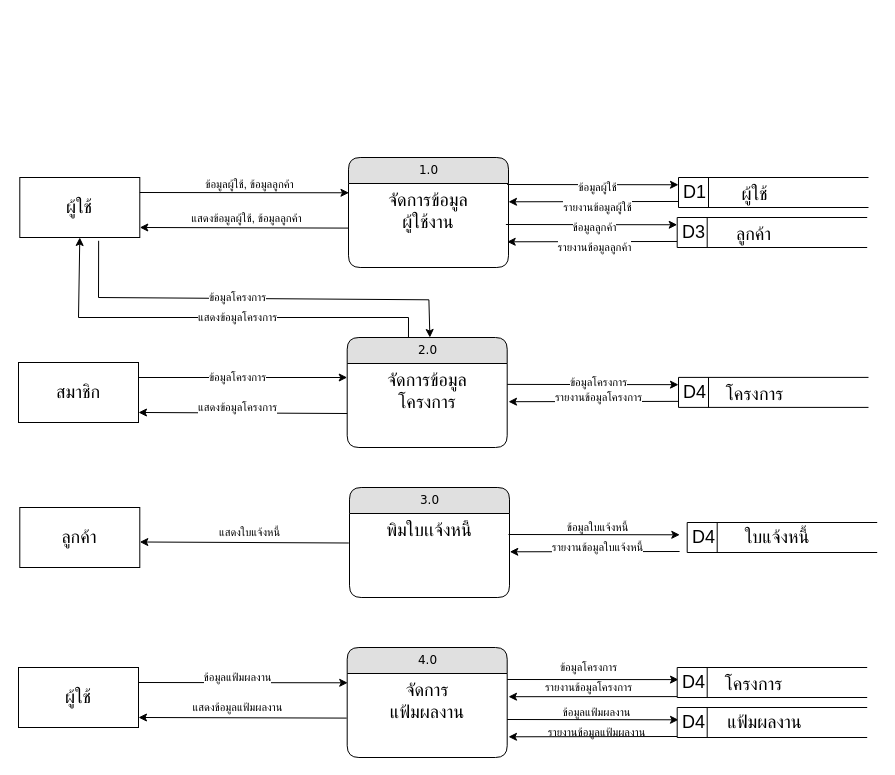
Before: dataflow-pms-process1.drawio in NewSnooker/it-udvc-pms, a draw.io diagram. Source tidied: cells renumbered, new cells numbered last; positions are measured from the earlier drawing's top-left corner, leaving out a move shared by most shapes. Both pictures are drawn from the tidied source at 100%, with x=0, y=0 at pixel (18, 157).
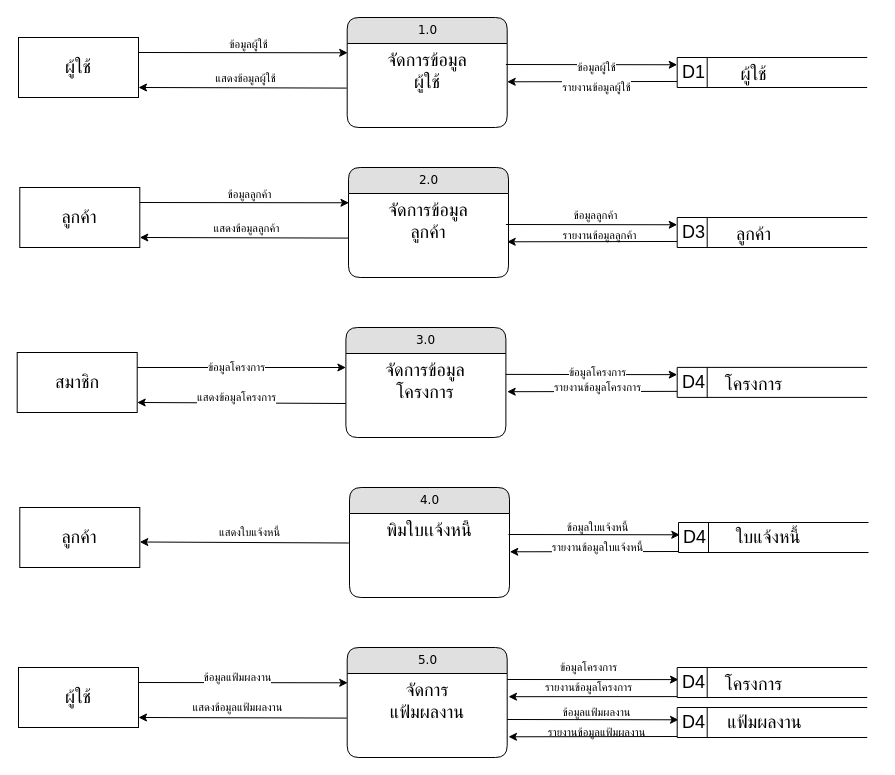
Above is the later version.

Unchanged cells that the change refers to:
```xml
<mxCell id="7" style="endArrow=classic;html=1;rounded=0;exitX=1;exitY=0.25;exitDx=0;exitDy=0;entryX=0.003;entryY=0.172;entryDx=0;entryDy=0;entryPerimeter=0;" parent="1" edge="1" source="4" target="3">
  <mxGeometry relative="1" as="geometry" />
</mxCell>
<mxCell id="9" style="endArrow=classic;html=1;rounded=0;exitX=-0.003;exitY=0.826;exitDx=0;exitDy=0;entryX=1;entryY=0.833;entryDx=0;entryDy=0;entryPerimeter=0;exitPerimeter=0;" parent="1" edge="1" source="3" target="4">
  <mxGeometry relative="1" as="geometry" />
</mxCell>
<mxCell id="12" value="&lt;font style=&quot;font-size: 18px;&quot;&gt;D1&lt;/font&gt;" style="html=1;dashed=0;whiteSpace=wrap;shape=mxgraph.dfd.dataStoreID;align=left;spacingLeft=3;points=[[0,0],[0.5,0],[1,0],[0,0.5],[1,0.5],[0,1],[0.5,1],[1,1]];" parent="11" vertex="1">
  <mxGeometry width="190" height="30" as="geometry" />
</mxCell>
<mxCell id="25" value="&lt;font style=&quot;font-size: 18px;&quot;&gt;D4&lt;/font&gt;" style="html=1;dashed=0;whiteSpace=wrap;shape=mxgraph.dfd.dataStoreID;align=left;spacingLeft=3;points=[[0,0],[0.5,0],[1,0],[0,0.5],[1,0.5],[0,1],[0.5,1],[1,1]];" parent="24" vertex="1">
  <mxGeometry width="190" height="30" as="geometry" />
</mxCell>
<mxCell id="42" style="endArrow=classic;html=1;rounded=0;exitX=-0.003;exitY=0.826;exitDx=0;exitDy=0;entryX=1;entryY=0.833;entryDx=0;entryDy=0;entryPerimeter=0;exitPerimeter=0;" parent="1" edge="1">
  <mxGeometry relative="1" as="geometry">
    <mxPoint x="330.3" y="385.5" as="sourcePoint" />
    <mxPoint x="121.3" y="384.5" as="targetPoint" />
  </mxGeometry>
</mxCell>
```

Change to the diagram source:
```diff
@@
     <mxCell id="2" value="1.0" style="swimlane;html=1;fontStyle=0;horizontal=1;startSize=26;fillColor=#e0e0e0;swimlaneFillColor=#ffffff;align=center;rounded=1;shadow=0;comic=0;labelBackgroundColor=none;strokeWidth=1;fontFamily=Verdana;fontSize=12;" parent="1" vertex="1">
-      <mxGeometry x="330" width="160" height="110" as="geometry" />
+      <mxGeometry x="328.7" y="-140" width="160" height="110" as="geometry" />
     </mxCell>
-    <mxCell id="3" value="&lt;span style=&quot;font-size: 18px;&quot;&gt;จัดการข้อมูล&lt;br&gt;ผู้ใช้งาน&lt;/span&gt;" style="text;html=1;strokeColor=none;fillColor=none;spacingLeft=4;spacingRight=4;whiteSpace=wrap;overflow=hidden;points=[[0,0.5],[1,0.5]];portConstraint=eastwest;align=center;" parent="2" vertex="1">
+    <mxCell id="3" value="&lt;span style=&quot;font-size: 18px;&quot;&gt;จัดการข้อมูล&lt;br&gt;ผู้ใช้&lt;/span&gt;" style="text;html=1;strokeColor=none;fillColor=none;spacingLeft=4;spacingRight=4;whiteSpace=wrap;overflow=hidden;points=[[0,0.5],[1,0.5]];portConstraint=eastwest;align=center;" parent="2" vertex="1">
       <mxGeometry y="26" width="160" height="54" as="geometry" />
     </mxCell>
     <mxCell id="4" value="&lt;span style=&quot;font-size: 18px; text-wrap-mode: nowrap;&quot;&gt;ผู้ใช้&lt;/span&gt;" style="rounded=0;whiteSpace=wrap;html=1;" parent="1" vertex="1">
-      <mxGeometry x="1.3" y="20" width="120" height="60" as="geometry" />
+      <mxGeometry y="-120" width="120" height="60" as="geometry" />
     </mxCell>
-    <mxCell id="5" value="2.0" style="swimlane;html=1;fontStyle=0;horizontal=1;startSize=26;fillColor=#e0e0e0;swimlaneFillColor=#ffffff;align=center;rounded=1;shadow=0;comic=0;labelBackgroundColor=none;strokeWidth=1;fontFamily=Verdana;fontSize=12;" parent="1" vertex="1">
-      <mxGeometry x="328.7" y="180" width="160" height="110" as="geometry" />
+    <mxCell id="5" value="3.0" style="swimlane;html=1;fontStyle=0;horizontal=1;startSize=26;fillColor=#e0e0e0;swimlaneFillColor=#ffffff;align=center;rounded=1;shadow=0;comic=0;labelBackgroundColor=none;strokeWidth=1;fontFamily=Verdana;fontSize=12;" parent="1" vertex="1">
+      <mxGeometry x="327.4" y="170" width="160" height="110" as="geometry" />
     </mxCell>
@@
-    <mxCell id="8" value="ข้อมูลผู้ใช้, ข้อมูลลูกค้า" style="edgeLabel;html=1;align=center;verticalAlign=middle;rotation=0;" parent="7" vertex="1">
+    <mxCell id="8" value="ข้อมูลผู้ใช้" style="edgeLabel;html=1;align=center;verticalAlign=middle;rotation=0;" parent="7" vertex="1">
       <mxGeometry x="-0.06" y="2" relative="1" as="geometry">
         <mxPoint x="11" y="-7" as="offset" />
       </mxGeometry>
     </mxCell>
@@
-    <mxCell id="10" value="แสดงข้อมูลผู้ใช้, ข้อมูลลูกค้า" style="edgeLabel;html=1;align=center;verticalAlign=middle;" parent="9" vertex="1">
+    <mxCell id="10" value="แสดงข้อมูลผู้ใช้" style="edgeLabel;html=1;align=center;verticalAlign=middle;" parent="9" vertex="1">
       <mxGeometry x="0.07" y="-2" relative="1" as="geometry">
         <mxPoint x="9" y="-8" as="offset" />
       </mxGeometry>
     </mxCell>
     <mxCell id="11" style="group;" parent="1" vertex="1">
-      <mxGeometry x="660" y="20" width="190" height="30" as="geometry" />
+      <mxGeometry x="658.7" y="-100" width="190" height="30" as="geometry" />
     </mxCell>
@@
     <mxCell id="14" style="endArrow=classic;html=1;rounded=0;exitX=0.992;exitY=0.389;exitDx=0;exitDy=0;exitPerimeter=0;entryX=0;entryY=0.242;entryDx=0;entryDy=0;entryPerimeter=0;" parent="1" edge="1" target="12">
       <mxGeometry relative="1" as="geometry">
-        <mxPoint x="488.7" y="27" as="sourcePoint" />
+        <mxPoint x="487.4" y="-93" as="sourcePoint" />
       </mxGeometry>
     </mxCell>
     <mxCell id="15" style="endArrow=classic;html=1;rounded=0;exitX=-0.001;exitY=0.799;exitDx=0;exitDy=0;exitPerimeter=0;entryX=1;entryY=0.709;entryDx=0;entryDy=0;entryPerimeter=0;" parent="1" edge="1" source="12">
       <mxGeometry relative="1" as="geometry">
-        <mxPoint x="490" y="44.3" as="targetPoint" />
+        <mxPoint x="488.7" y="-75.7" as="targetPoint" />
       </mxGeometry>
     </mxCell>
-    <mxCell id="16" style="group;" parent="1" vertex="1">
-      <mxGeometry x="658.7" y="60" width="190" height="30" as="geometry" />
-    </mxCell>
-    <mxCell id="17" value="&lt;font style=&quot;font-size: 18px;&quot;&gt;D3&lt;/font&gt;" style="html=1;dashed=0;whiteSpace=wrap;shape=mxgraph.dfd.dataStoreID;align=left;spacingLeft=3;points=[[0,0],[0.5,0],[1,0],[0,0.5],[1,0.5],[0,1],[0.5,1],[1,1]];" parent="16" vertex="1">
-      <mxGeometry width="190" height="30" as="geometry" />
-    </mxCell>
-    <mxCell id="18" value="&lt;span style=&quot;font-size: 18px; font-weight: 400; text-wrap-mode: wrap;&quot;&gt;ลูกค้า&lt;/span&gt;" style="text;strokeColor=none;fillColor=none;html=1;fontSize=24;fontStyle=1;verticalAlign=middle;align=center;" parent="16" vertex="1">
-      <mxGeometry x="28.5" width="95" height="30" as="geometry" />
-    </mxCell>
-    <mxCell id="19" style="endArrow=classic;html=1;rounded=0;exitX=0.992;exitY=0.389;exitDx=0;exitDy=0;exitPerimeter=0;entryX=0;entryY=0.242;entryDx=0;entryDy=0;entryPerimeter=0;" parent="1" edge="1" target="17">
-      <mxGeometry relative="1" as="geometry">
-        <mxPoint x="487.4" y="67" as="sourcePoint" />
-      </mxGeometry>
-    </mxCell>
-    <mxCell id="20" style="endArrow=classic;html=1;rounded=0;exitX=-0.001;exitY=0.799;exitDx=0;exitDy=0;exitPerimeter=0;entryX=1;entryY=0.709;entryDx=0;entryDy=0;entryPerimeter=0;" parent="1" edge="1" source="17">
-      <mxGeometry relative="1" as="geometry">
-        <mxPoint x="488.7" y="84.3" as="targetPoint" />
-      </mxGeometry>
-    </mxCell>
     <mxCell id="21" value="&lt;span style=&quot;font-size: 18px;&quot;&gt;สมาชิก&lt;/span&gt;" style="rounded=0;whiteSpace=wrap;html=1;" parent="1" vertex="1">
-      <mxGeometry y="205" width="120" height="60" as="geometry" />
+      <mxGeometry x="-1.3" y="195" width="120" height="60" as="geometry" />
     </mxCell>
     <mxCell id="22" style="endArrow=classic;html=1;rounded=0;exitX=1;exitY=0.25;exitDx=0;exitDy=0;entryX=0.003;entryY=0.172;entryDx=0;entryDy=0;entryPerimeter=0;" parent="1" edge="1" source="21">
       <mxGeometry relative="1" as="geometry">
-        <mxPoint x="328.7" y="220" as="targetPoint" />
+        <mxPoint x="327.4" y="210" as="targetPoint" />
       </mxGeometry>
     </mxCell>
     <mxCell id="23" style="endArrow=classic;html=1;rounded=0;exitX=-0.003;exitY=0.826;exitDx=0;exitDy=0;entryX=1;entryY=0.833;entryDx=0;entryDy=0;entryPerimeter=0;exitPerimeter=0;" parent="1" edge="1" target="21">
       <mxGeometry relative="1" as="geometry">
-        <mxPoint x="328.7" y="256" as="sourcePoint" />
+        <mxPoint x="327.4" y="246" as="sourcePoint" />
       </mxGeometry>
     </mxCell>
     <mxCell id="24" style="group;" parent="1" vertex="1">
-      <mxGeometry x="660" y="219.9" width="190" height="30" as="geometry" />
+      <mxGeometry x="658.7" y="209.9" width="190" height="30" as="geometry" />
     </mxCell>
@@
     <mxCell id="27" style="endArrow=classic;html=1;rounded=0;exitX=0.992;exitY=0.389;exitDx=0;exitDy=0;exitPerimeter=0;entryX=0;entryY=0.242;entryDx=0;entryDy=0;entryPerimeter=0;" parent="1" edge="1" target="25">
       <mxGeometry relative="1" as="geometry">
-        <mxPoint x="488.7" y="226.9" as="sourcePoint" />
+        <mxPoint x="487.4" y="216.9" as="sourcePoint" />
       </mxGeometry>
     </mxCell>
     <mxCell id="28" style="endArrow=classic;html=1;rounded=0;exitX=-0.001;exitY=0.799;exitDx=0;exitDy=0;exitPerimeter=0;entryX=1;entryY=0.709;entryDx=0;entryDy=0;entryPerimeter=0;" parent="1" edge="1" source="25">
       <mxGeometry relative="1" as="geometry">
-        <mxPoint x="490" y="244.2" as="targetPoint" />
+        <mxPoint x="488.7" y="234.2" as="targetPoint" />
       </mxGeometry>
     </mxCell>
-    <mxCell id="29" value="3.0" style="swimlane;html=1;fontStyle=0;horizontal=1;startSize=26;fillColor=#e0e0e0;swimlaneFillColor=#ffffff;align=center;rounded=1;shadow=0;comic=0;labelBackgroundColor=none;strokeWidth=1;fontFamily=Verdana;fontSize=12;" parent="1" vertex="1">
+    <mxCell id="29" value="4.0" style="swimlane;html=1;fontStyle=0;horizontal=1;startSize=26;fillColor=#e0e0e0;swimlaneFillColor=#ffffff;align=center;rounded=1;shadow=0;comic=0;labelBackgroundColor=none;strokeWidth=1;fontFamily=Verdana;fontSize=12;" parent="1" vertex="1">
       <mxGeometry x="331" y="330" width="160" height="110" as="geometry" />
     </mxCell>
@@
-    <mxCell id="34" value="4.0" style="swimlane;html=1;fontStyle=0;horizontal=1;startSize=26;fillColor=#e0e0e0;swimlaneFillColor=#ffffff;align=center;rounded=1;shadow=0;comic=0;labelBackgroundColor=none;strokeWidth=1;fontFamily=Verdana;fontSize=12;" parent="1" vertex="1">
+    <mxCell id="34" value="5.0" style="swimlane;html=1;fontStyle=0;horizontal=1;startSize=26;fillColor=#e0e0e0;swimlaneFillColor=#ffffff;align=center;rounded=1;shadow=0;comic=0;labelBackgroundColor=none;strokeWidth=1;fontFamily=Verdana;fontSize=12;" parent="1" vertex="1">
       <mxGeometry x="328.7" y="490" width="160" height="110" as="geometry" />
     </mxCell>
@@
-    <mxCell id="39" style="endArrow=classic;html=1;rounded=0;exitX=0.383;exitY=0;exitDx=0;exitDy=0;entryX=0.5;entryY=1;entryDx=0;entryDy=0;exitPerimeter=0;" parent="1" edge="1" source="5" target="4">
-      <mxGeometry relative="1" as="geometry">
-        <Array as="points">
-          <mxPoint x="390" y="160" />
-          <mxPoint x="60" y="160" />
-        </Array>
-      </mxGeometry>
-    </mxCell>
-    <mxCell id="40" style="endArrow=classic;html=1;rounded=0;entryX=0.452;entryY=-0.021;entryDx=0;entryDy=0;entryPerimeter=0;exitX=0.657;exitY=1.055;exitDx=0;exitDy=0;exitPerimeter=0;" parent="1" edge="1" source="4">
-      <mxGeometry relative="1" as="geometry">
-        <mxPoint x="411.4" y="180" as="targetPoint" />
-        <Array as="points">
-          <mxPoint x="80" y="140" />
-          <mxPoint x="410.4" y="142.3" />
-        </Array>
-      </mxGeometry>
-    </mxCell>
-    <mxCell id="41" value="&lt;div&gt;&lt;span style=&quot;text-wrap-mode: wrap; background-color: rgb(251, 251, 251);&quot;&gt;&lt;font style=&quot;font-size: 10px;&quot;&gt;&lt;br&gt;&lt;/font&gt;&lt;/span&gt;&lt;/div&gt;" style="edgeLabel;html=1;align=center;verticalAlign=middle;" parent="40" vertex="1">
-      <mxGeometry x="0.07" y="-2" relative="1" as="geometry">
-        <mxPoint x="86" y="-8" as="offset" />
-      </mxGeometry>
-    </mxCell>
@@
     <mxCell id="46" value="ข้อมูลผู้ใช้" style="edgeLabel;html=1;align=center;verticalAlign=middle;" parent="42" vertex="1">
       <mxGeometry x="0.07" y="-2" relative="1" as="geometry">
-        <mxPoint x="360" y="-353" as="offset" />
+        <mxPoint x="359" y="-473" as="offset" />
       </mxGeometry>
     </mxCell>
     <mxCell id="47" value="รายงานข้อมูลผู้ใช้" style="edgeLabel;html=1;align=center;verticalAlign=middle;" parent="42" vertex="1">
       <mxGeometry x="0.07" y="-2" relative="1" as="geometry">
-        <mxPoint x="360" y="-333" as="offset" />
+        <mxPoint x="359" y="-453" as="offset" />
       </mxGeometry>
     </mxCell>
-    <mxCell id="48" value="ข้อมูลลูกค้า" style="edgeLabel;html=1;align=center;verticalAlign=middle;" parent="42" vertex="1">
-      <mxGeometry x="0.07" y="-2" relative="1" as="geometry">
-        <mxPoint x="357" y="-313" as="offset" />
-      </mxGeometry>
-    </mxCell>
-    <mxCell id="49" value="รายงานข้อมูลลูกค้า" style="edgeLabel;html=1;align=center;verticalAlign=middle;" parent="42" vertex="1">
-      <mxGeometry x="0.07" y="-2" relative="1" as="geometry">
-        <mxPoint x="357" y="-293" as="offset" />
-      </mxGeometry>
-    </mxCell>
     <mxCell id="50" value="แสดงข้อมูลโครงการ" style="edgeLabel;html=1;align=center;verticalAlign=middle;" parent="42" vertex="1">
       <mxGeometry x="0.07" y="-2" relative="1" as="geometry">
-        <mxPoint y="-133" as="offset" />
+        <mxPoint x="-1" y="-143" as="offset" />
       </mxGeometry>
     </mxCell>
-    <mxCell id="51" value="แสดงข้อมูลโครงการ" style="edgeLabel;html=1;align=center;verticalAlign=middle;" parent="42" vertex="1">
-      <mxGeometry x="0.07" y="-2" relative="1" as="geometry">
-        <mxPoint y="-223" as="offset" />
-      </mxGeometry>
-    </mxCell>
-    <mxCell id="52" value="ข้อมูลโครงการ" style="edgeLabel;html=1;align=center;verticalAlign=middle;" parent="42" vertex="1">
-      <mxGeometry x="0.07" y="-2" relative="1" as="geometry">
-        <mxPoint y="-243" as="offset" />
-      </mxGeometry>
-    </mxCell>
     <mxCell id="53" value="ข้อมูลโครงการ" style="edgeLabel;html=1;align=center;verticalAlign=middle;" parent="42" vertex="1">
       <mxGeometry x="0.07" y="-2" relative="1" as="geometry">
-        <mxPoint y="-163" as="offset" />
+        <mxPoint x="-1" y="-173" as="offset" />
       </mxGeometry>
     </mxCell>
     <mxCell id="54" value="ข้อมูลโครงการ" style="edgeLabel;html=1;align=center;verticalAlign=middle;" parent="42" vertex="1">
       <mxGeometry x="0.07" y="-2" relative="1" as="geometry">
-        <mxPoint x="361" y="-158" as="offset" />
+        <mxPoint x="360" y="-168" as="offset" />
       </mxGeometry>
     </mxCell>
     <mxCell id="55" value="รายงานข้อมูลโครงการ" style="edgeLabel;html=1;align=center;verticalAlign=middle;" parent="42" vertex="1">
       <mxGeometry x="0.07" y="-2" relative="1" as="geometry">
-        <mxPoint x="361" y="-143" as="offset" />
+        <mxPoint x="360" y="-153" as="offset" />
       </mxGeometry>
     </mxCell>
@@
+    <mxCell id="48" value="ข้อมูลลูกค้า" style="edgeLabel;html=1;align=center;verticalAlign=middle;" parent="42" vertex="1">
+      <mxGeometry x="0.07" y="-2" relative="1" as="geometry">
+        <mxPoint x="358" y="-325" as="offset" />
+      </mxGeometry>
+    </mxCell>
+    <mxCell id="49" value="รายงานข้อมูลลูกค้า" style="edgeLabel;html=1;align=center;verticalAlign=middle;" parent="42" vertex="1">
+      <mxGeometry x="0.07" y="-2" relative="1" as="geometry">
+        <mxPoint x="362" y="-305" as="offset" />
+      </mxGeometry>
+    </mxCell>
     <mxCell id="62" style="group;" parent="1" vertex="1">
-      <mxGeometry x="668.7" y="365" width="190" height="30" as="geometry" />
+      <mxGeometry x="660" y="365" width="190" height="30" as="geometry" />
     </mxCell>
@@
+    <mxCell id="75" value="2.0" style="swimlane;html=1;fontStyle=0;horizontal=1;startSize=26;fillColor=#e0e0e0;swimlaneFillColor=#ffffff;align=center;rounded=1;shadow=0;comic=0;labelBackgroundColor=none;strokeWidth=1;fontFamily=Verdana;fontSize=12;" parent="1" vertex="1">
+      <mxGeometry x="330" y="10" width="160" height="110" as="geometry" />
+    </mxCell>
+    <mxCell id="76" value="&lt;span style=&quot;font-size: 18px;&quot;&gt;จัดการข้อมูล&lt;br&gt;ลูกค้า&lt;/span&gt;" style="text;html=1;strokeColor=none;fillColor=none;spacingLeft=4;spacingRight=4;whiteSpace=wrap;overflow=hidden;points=[[0,0.5],[1,0.5]];portConstraint=eastwest;align=center;" parent="75" vertex="1">
+      <mxGeometry y="26" width="160" height="54" as="geometry" />
+    </mxCell>
+    <mxCell id="77" value="&lt;font style=&quot;font-size: 18px;&quot;&gt;ลูกค้า&lt;/font&gt;" style="rounded=0;whiteSpace=wrap;html=1;" parent="1" vertex="1">
+      <mxGeometry x="1.3" y="30" width="120" height="60" as="geometry" />
+    </mxCell>
+    <mxCell id="78" style="endArrow=classic;html=1;rounded=0;exitX=1;exitY=0.25;exitDx=0;exitDy=0;entryX=0.003;entryY=0.172;entryDx=0;entryDy=0;entryPerimeter=0;" parent="1" edge="1" source="77" target="76">
+      <mxGeometry relative="1" as="geometry" />
+    </mxCell>
+    <mxCell id="79" value="ข้อมูลลูกค้า" style="edgeLabel;html=1;align=center;verticalAlign=middle;rotation=0;" parent="78" vertex="1">
+      <mxGeometry x="-0.06" y="2" relative="1" as="geometry">
+        <mxPoint x="11" y="-7" as="offset" />
+      </mxGeometry>
+    </mxCell>
+    <mxCell id="80" style="endArrow=classic;html=1;rounded=0;exitX=-0.003;exitY=0.826;exitDx=0;exitDy=0;entryX=1;entryY=0.833;entryDx=0;entryDy=0;entryPerimeter=0;exitPerimeter=0;" parent="1" edge="1" source="76" target="77">
+      <mxGeometry relative="1" as="geometry" />
+    </mxCell>
+    <mxCell id="81" value="แสดงข้อมูลลูกค้า" style="edgeLabel;html=1;align=center;verticalAlign=middle;" parent="80" vertex="1">
+      <mxGeometry x="0.07" y="-2" relative="1" as="geometry">
+        <mxPoint x="9" y="-8" as="offset" />
+      </mxGeometry>
+    </mxCell>
+    <mxCell id="16" style="group;" parent="1" vertex="1">
+      <mxGeometry x="658.7" y="60" width="190" height="30" as="geometry" />
+    </mxCell>
+    <mxCell id="17" value="&lt;font style=&quot;font-size: 18px;&quot;&gt;D3&lt;/font&gt;" style="html=1;dashed=0;whiteSpace=wrap;shape=mxgraph.dfd.dataStoreID;align=left;spacingLeft=3;points=[[0,0],[0.5,0],[1,0],[0,0.5],[1,0.5],[0,1],[0.5,1],[1,1]];" parent="16" vertex="1">
+      <mxGeometry width="190" height="30" as="geometry" />
+    </mxCell>
+    <mxCell id="18" value="&lt;span style=&quot;font-size: 18px; font-weight: 400; text-wrap-mode: wrap;&quot;&gt;ลูกค้า&lt;/span&gt;" style="text;strokeColor=none;fillColor=none;html=1;fontSize=24;fontStyle=1;verticalAlign=middle;align=center;" parent="16" vertex="1">
+      <mxGeometry x="28.5" width="95" height="30" as="geometry" />
+    </mxCell>
+    <mxCell id="82" style="endArrow=classic;html=1;rounded=0;exitX=0.992;exitY=0.389;exitDx=0;exitDy=0;exitPerimeter=0;entryX=0;entryY=0.242;entryDx=0;entryDy=0;entryPerimeter=0;" parent="1" edge="1" target="17">
+      <mxGeometry relative="1" as="geometry">
+        <mxPoint x="487.4" y="67" as="sourcePoint" />
+      </mxGeometry>
+    </mxCell>
+    <mxCell id="83" style="endArrow=classic;html=1;rounded=0;exitX=-0.001;exitY=0.799;exitDx=0;exitDy=0;exitPerimeter=0;entryX=1;entryY=0.709;entryDx=0;entryDy=0;entryPerimeter=0;" parent="1" edge="1" source="17">
+      <mxGeometry relative="1" as="geometry">
+        <mxPoint x="488.7" y="84.3" as="targetPoint" />
+      </mxGeometry>
+    </mxCell>
```
